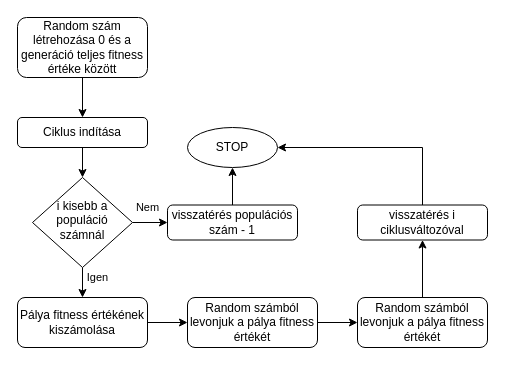
Earlier version of the draw.io diagram Documents/.draw.io/Roulette Wheel Selection Folyamatábra.drawio (abelgeringer-beep/TowerDefense). Source tidied: cells renumbered, new cells numbered last; positions are measured from the earlier drawing's top-left corner, leaving out a move shared by most shapes. Both pictures are drawn from the tidied source at 100%, with x=0, y=0 at pixel (17, 17).
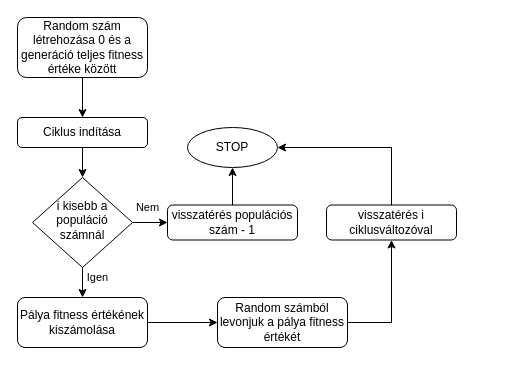
After the change.

The edit, as a diff of the source:
```diff
@@
 <mxGraphModel>
   <root>
     <mxCell id="0" />
     <mxCell id="1" parent="0" />
     <mxCell id="2" style="edgeStyle=orthogonalEdgeStyle;rounded=0;jettySize=auto;html=1;" parent="1" edge="1" source="3" target="8">
       <mxGeometry relative="1" as="geometry" />
     </mxCell>
     <mxCell id="3" value="Random szám létrehozása 0 és a generáció teljes fitness értéke között" style="rounded=1;whiteSpace=wrap;html=1;fontSize=12;glass=0;strokeWidth=1;shadow=0;" parent="1" vertex="1">
       <mxGeometry width="130" height="60" as="geometry" />
     </mxCell>
     <mxCell id="4" value="Nem" style="edgeStyle=orthogonalEdgeStyle;rounded=0;jettySize=auto;html=1;exitX=1;exitY=0.5;exitDx=0;exitDy=0;" parent="1" edge="1" source="6" target="11">
       <mxGeometry x="-0.33" y="15" relative="1" as="geometry" />
     </mxCell>
     <mxCell id="5" value="Igen" style="edgeStyle=orthogonalEdgeStyle;rounded=0;jettySize=auto;html=1;exitX=0.5;exitY=1;exitDx=0;exitDy=0;" parent="1" edge="1" source="6" target="13">
       <mxGeometry x="0.2" y="15" relative="1" as="geometry" />
     </mxCell>
     <mxCell id="6" value="i kisebb a populáció számnál" style="rhombus;whiteSpace=wrap;html=1;shadow=0;fontFamily=Helvetica;fontSize=12;align=center;strokeWidth=1;spacing=6;spacingTop=-4;" parent="1" vertex="1">
       <mxGeometry x="15" y="160" width="100" height="90" as="geometry" />
     </mxCell>
     <mxCell id="7" style="edgeStyle=orthogonalEdgeStyle;rounded=0;jettySize=auto;html=1;exitX=0.5;exitY=1;exitDx=0;exitDy=0;entryX=0.5;entryY=0;entryDx=0;entryDy=0;" parent="1" edge="1" source="8" target="6">
       <mxGeometry relative="1" as="geometry" />
     </mxCell>
     <mxCell id="8" value="Ciklus indítása" style="rounded=1;whiteSpace=wrap;html=1;fontSize=12;glass=0;strokeWidth=1;shadow=0;" parent="1" vertex="1">
       <mxGeometry y="100" width="130" height="30" as="geometry" />
     </mxCell>
     <mxCell id="9" value="STOP" style="ellipse;whiteSpace=wrap;html=1;" parent="1" vertex="1">
       <mxGeometry x="170" y="110" width="90" height="40" as="geometry" />
     </mxCell>
     <mxCell id="10" style="edgeStyle=orthogonalEdgeStyle;rounded=0;jettySize=auto;html=1;exitX=0.5;exitY=0;exitDx=0;exitDy=0;entryX=0.5;entryY=1;entryDx=0;entryDy=0;" parent="1" edge="1" source="11" target="9">
       <mxGeometry relative="1" as="geometry" />
     </mxCell>
     <mxCell id="11" value="visszatérés populációs szám - 1" style="rounded=1;whiteSpace=wrap;html=1;fontSize=12;glass=0;strokeWidth=1;shadow=0;" parent="1" vertex="1">
       <mxGeometry x="150" y="187.5" width="130" height="35" as="geometry" />
     </mxCell>
-    <mxCell id="12" style="edgeStyle=orthogonalEdgeStyle;rounded=0;jettySize=auto;html=1;exitX=1;exitY=0.5;exitDx=0;exitDy=0;entryX=0;entryY=0.5;entryDx=0;entryDy=0;" parent="1" edge="1" source="13" target="15">
-      <mxGeometry relative="1" as="geometry" />
-    </mxCell>
+    <mxCell id="20" style="edgeStyle=orthogonalEdgeStyle;rounded=0;jettySize=auto;html=1;" parent="1" edge="1" source="13" target="17">
+      <mxGeometry relative="1" as="geometry" />
+    </mxCell>
     <mxCell id="13" value="Pálya fitness értékének kiszámolása" style="rounded=1;whiteSpace=wrap;html=1;fontSize=12;glass=0;strokeWidth=1;shadow=0;" parent="1" vertex="1">
       <mxGeometry y="280" width="130" height="50" as="geometry" />
     </mxCell>
-    <mxCell id="14" style="edgeStyle=orthogonalEdgeStyle;rounded=0;jettySize=auto;html=1;exitX=1;exitY=0.5;exitDx=0;exitDy=0;entryX=0;entryY=0.5;entryDx=0;entryDy=0;" parent="1" edge="1" source="15" target="17">
-      <mxGeometry relative="1" as="geometry" />
-    </mxCell>
-    <mxCell id="15" value="Random számból levonjuk a pálya fitness értékét" style="rounded=1;whiteSpace=wrap;html=1;fontSize=12;glass=0;strokeWidth=1;shadow=0;" parent="1" vertex="1">
-      <mxGeometry x="170" y="280" width="130" height="50" as="geometry" />
-    </mxCell>
-    <mxCell id="16" style="edgeStyle=orthogonalEdgeStyle;rounded=0;jettySize=auto;html=1;exitX=0.5;exitY=0;exitDx=0;exitDy=0;" parent="1" edge="1" source="17" target="19">
+    <mxCell id="16" style="edgeStyle=orthogonalEdgeStyle;rounded=0;jettySize=auto;html=1;exitX=1;exitY=0.5;exitDx=0;exitDy=0;entryX=0.5;entryY=1;entryDx=0;entryDy=0;" parent="1" edge="1" source="17" target="19">
       <mxGeometry relative="1" as="geometry" />
     </mxCell>
     <mxCell id="17" value="Random számból levonjuk a pálya fitness értékét" style="rounded=1;whiteSpace=wrap;html=1;fontSize=12;glass=0;strokeWidth=1;shadow=0;" parent="1" vertex="1">
-      <mxGeometry x="340" y="280" width="130" height="50" as="geometry" />
+      <mxGeometry x="200" y="280" width="130" height="50" as="geometry" />
     </mxCell>
     <mxCell id="18" style="edgeStyle=orthogonalEdgeStyle;rounded=0;jettySize=auto;html=1;exitX=0.5;exitY=0;exitDx=0;exitDy=0;entryX=1;entryY=0.5;entryDx=0;entryDy=0;" parent="1" edge="1" source="19" target="9">
       <mxGeometry relative="1" as="geometry" />
     </mxCell>
     <mxCell id="19" value="visszatérés i ciklusváltozóval" style="rounded=1;whiteSpace=wrap;html=1;fontSize=12;glass=0;strokeWidth=1;shadow=0;" parent="1" vertex="1">
-      <mxGeometry x="340" y="187.5" width="130" height="35" as="geometry" />
+      <mxGeometry x="309" y="187.5" width="130" height="35" as="geometry" />
     </mxCell>
   </root>
 </mxGraphModel>
```
